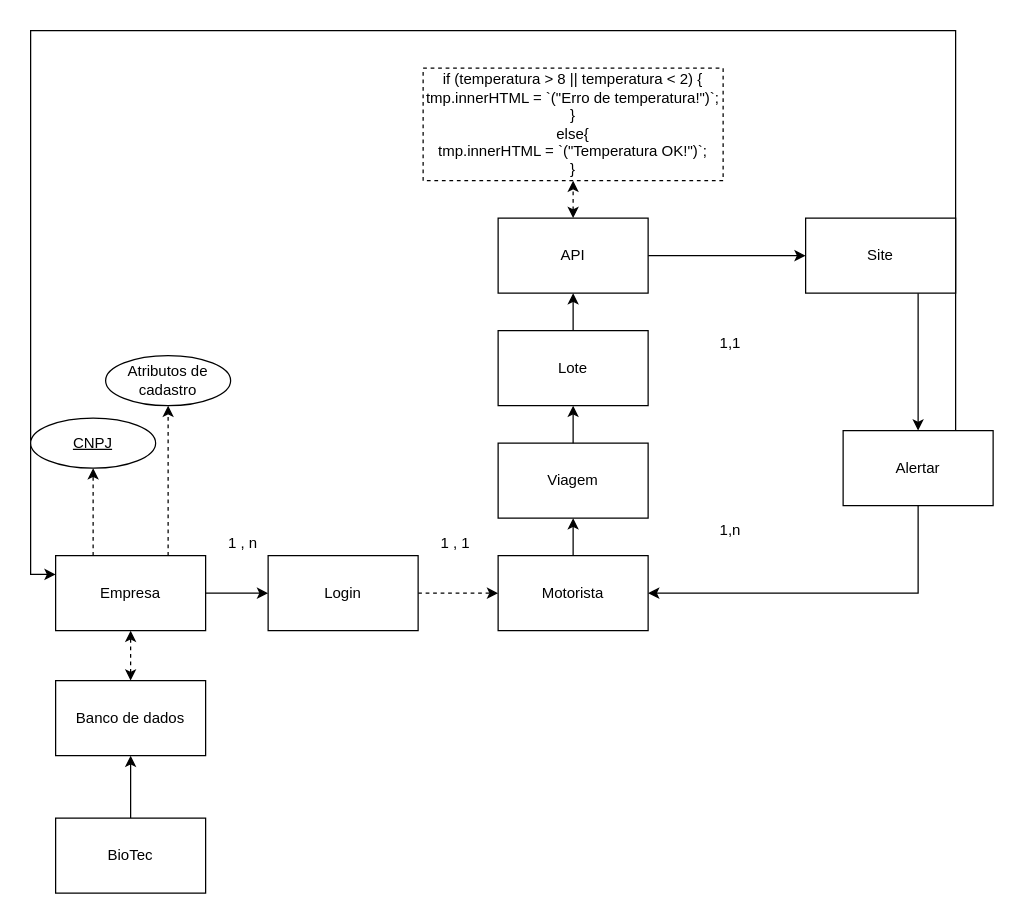
Biotec-Sprint02/Projeto-PI keeps this draw.io diagram as Banco de Dados/MER.drawio. Above is the earlier version. Source tidied: cells renumbered, new cells numbered last; positions are measured from the earlier drawing's top-left corner, leaving out a move shared by most shapes. Both pictures are drawn from the tidied source at 125%, with x=0, y=0 at pixel (30, 30).
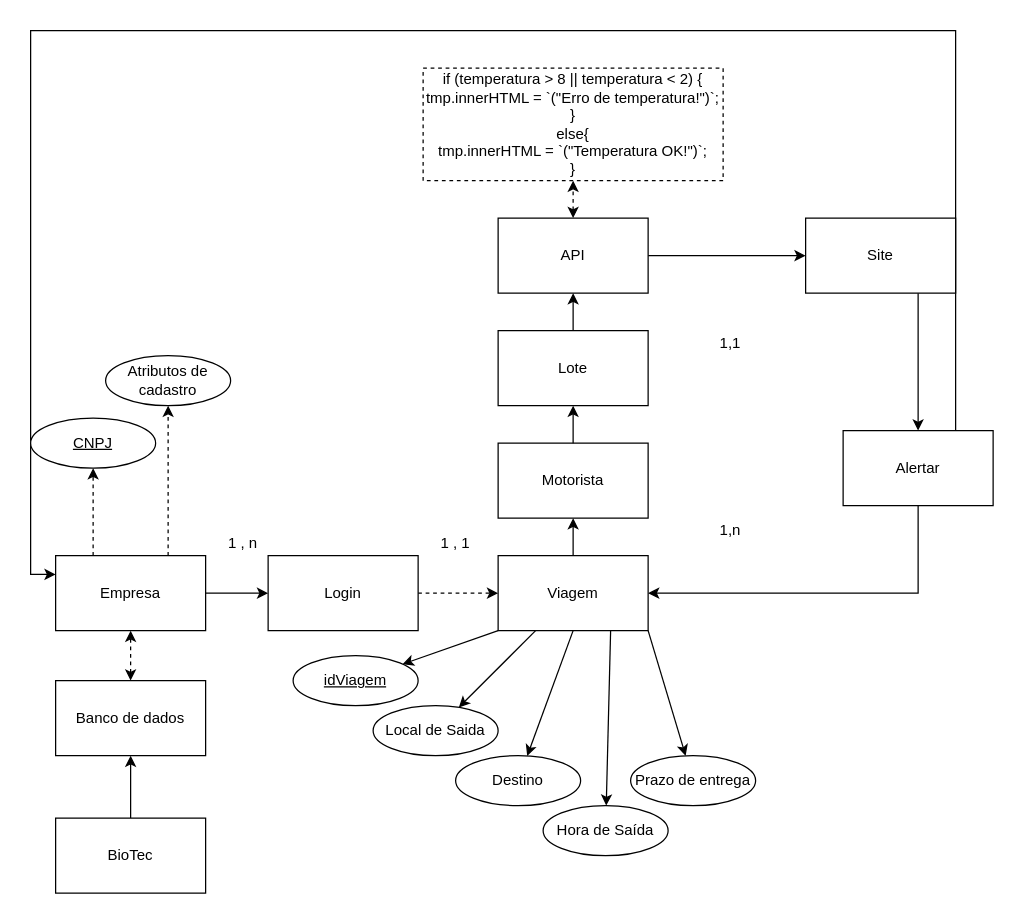
The same diagram, later.

Diff of the diagram source:
```diff
@@
-    <mxCell id="9" value="Motorista" style="rounded=0;whiteSpace=wrap;html=1;" parent="1" vertex="1">
+    <mxCell id="9" value="Viagem&lt;br&gt;" style="rounded=0;whiteSpace=wrap;html=1;" parent="1" vertex="1">
       <mxGeometry x="374" y="420" width="120" height="60" as="geometry" />
     </mxCell>
@@
-    <mxCell id="12" value="Viagem" style="rounded=0;whiteSpace=wrap;html=1;" parent="1" vertex="1">
+    <mxCell id="12" value="Motorista" style="rounded=0;whiteSpace=wrap;html=1;" parent="1" vertex="1">
       <mxGeometry x="374" y="330" width="120" height="60" as="geometry" />
     </mxCell>
@@
+    <mxCell id="33" style="endArrow=classic;html=1;exitX=0.25;exitY=1;exitDx=0;exitDy=0;" parent="1" edge="1" source="9" target="34">
+      <mxGeometry relative="1" as="geometry" />
+    </mxCell>
+    <mxCell id="34" value="Local de Saida" style="ellipse;whiteSpace=wrap;html=1;align=center;" parent="1" vertex="1">
+      <mxGeometry x="274" y="540" width="100" height="40" as="geometry" />
+    </mxCell>
+    <mxCell id="35" style="endArrow=classic;html=1;exitX=0.5;exitY=1;exitDx=0;exitDy=0;" parent="1" edge="1" source="9" target="36">
+      <mxGeometry relative="1" as="geometry" />
+    </mxCell>
+    <mxCell id="36" value="Destino" style="ellipse;whiteSpace=wrap;html=1;align=center;" parent="1" vertex="1">
+      <mxGeometry x="340" y="580" width="100" height="40" as="geometry" />
+    </mxCell>
+    <mxCell id="37" style="endArrow=classic;html=1;exitX=0.75;exitY=1;exitDx=0;exitDy=0;" parent="1" edge="1" source="9" target="38">
+      <mxGeometry relative="1" as="geometry" />
+    </mxCell>
+    <mxCell id="38" value="Hora de Saída&lt;br&gt;" style="ellipse;whiteSpace=wrap;html=1;align=center;" parent="1" vertex="1">
+      <mxGeometry x="410" y="620" width="100" height="40" as="geometry" />
+    </mxCell>
+    <mxCell id="39" style="endArrow=classic;html=1;exitX=1;exitY=1;exitDx=0;exitDy=0;" parent="1" edge="1" source="9" target="40">
+      <mxGeometry relative="1" as="geometry" />
+    </mxCell>
+    <mxCell id="40" value="Prazo de entrega" style="ellipse;whiteSpace=wrap;html=1;align=center;" parent="1" vertex="1">
+      <mxGeometry x="480" y="580" width="100" height="40" as="geometry" />
+    </mxCell>
+    <mxCell id="41" style="endArrow=classic;html=1;exitX=0;exitY=1;exitDx=0;exitDy=0;" parent="1" edge="1" source="9" target="42">
+      <mxGeometry relative="1" as="geometry" />
+    </mxCell>
+    <mxCell id="42" value="idViagem" style="ellipse;whiteSpace=wrap;html=1;align=center;fontStyle=4;" parent="1" vertex="1">
+      <mxGeometry x="210" y="500" width="100" height="40" as="geometry" />
+    </mxCell>
```
